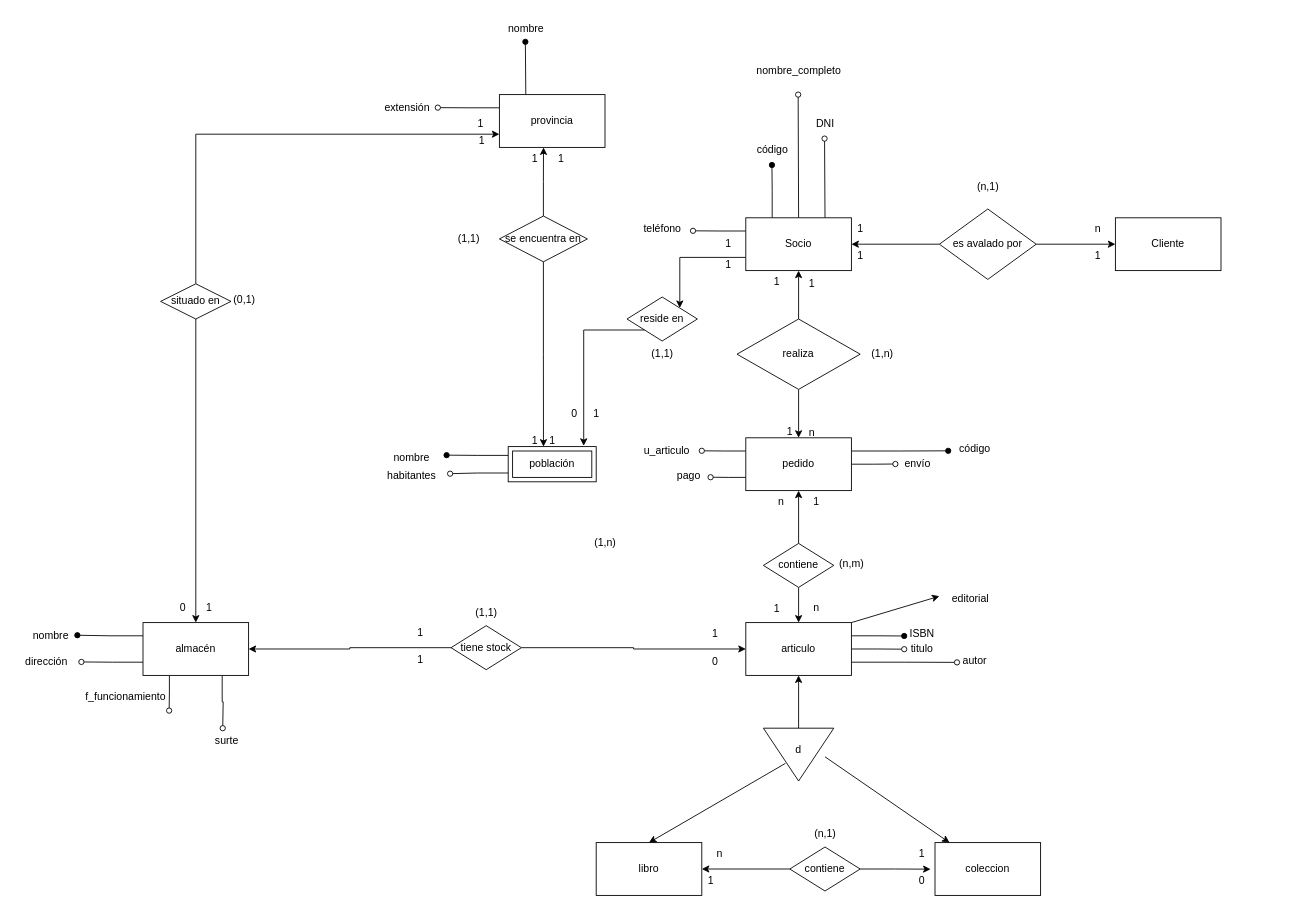
This is ejercicio4-libros.drawio from bibifupi/Abril23, a draw.io file, before an edit. Source tidied: cells renumbered, new cells numbered last; positions are measured from the earlier drawing's top-left corner, leaving out a move shared by most shapes. Both pictures are drawn from the tidied source at 88%, with x=0, y=0 at pixel (15, 15).
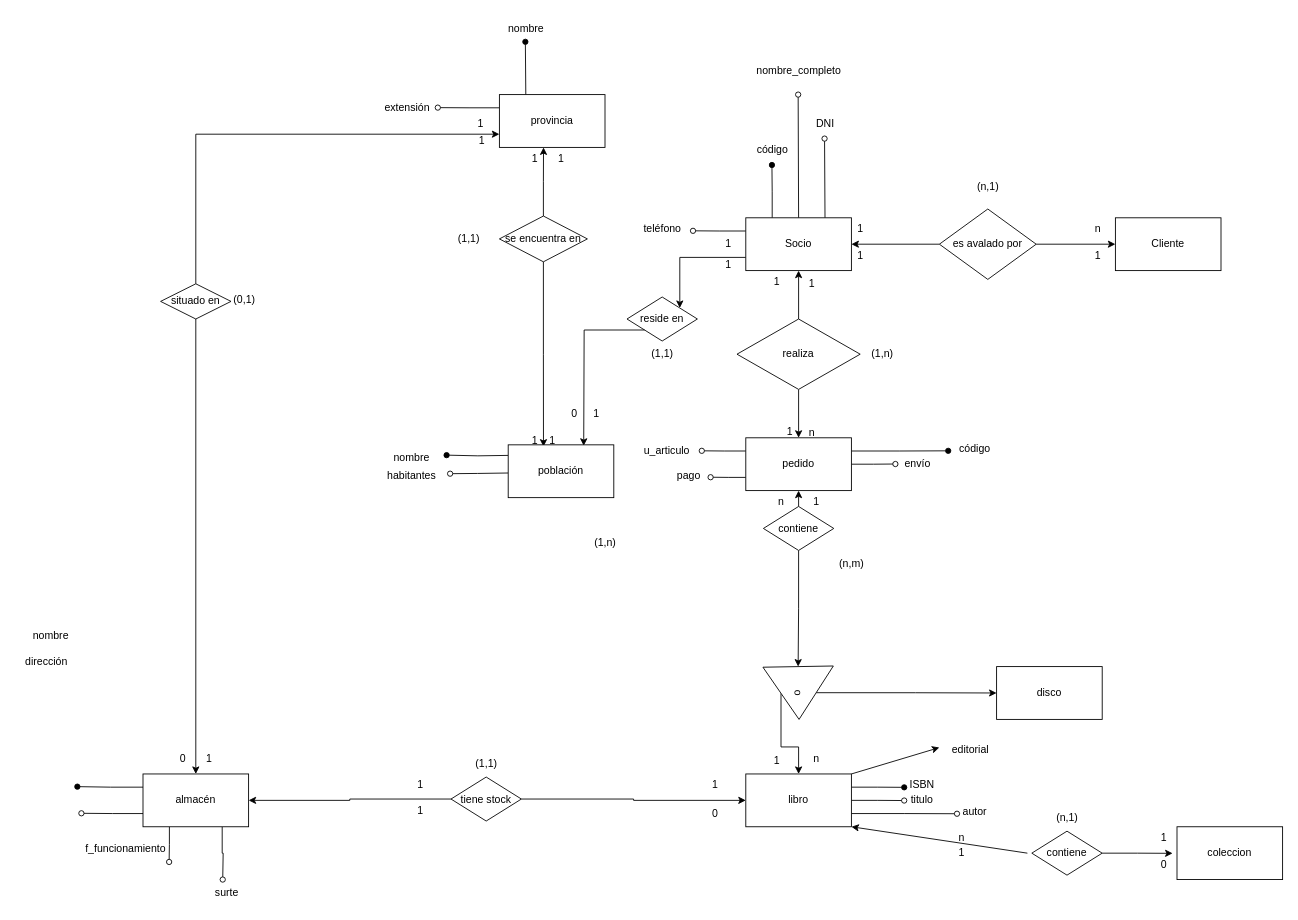
Above is the later version.

Unchanged cells that the change refers to:
```xml
<mxCell id="43" value="reside en" style="rhombus;whiteSpace=wrap;html=1;" parent="1" vertex="1">
  <mxGeometry x="695" y="320" width="80" height="50" as="geometry" />
</mxCell>
<mxCell id="50" value="se encuentra en" style="rhombus;whiteSpace=wrap;html=1;" parent="1" vertex="1">
  <mxGeometry x="550" y="228" width="100" height="52" as="geometry" />
</mxCell>
<mxCell id="78" value="habitantes" style="text;html=1;align=center;verticalAlign=middle;points=[];strokeColor=none;fillColor=none;" parent="1" vertex="1">
  <mxGeometry x="410" y="508" width="80" height="30" as="geometry" />
</mxCell>
<mxCell id="83" value="nombre" style="text;html=1;align=center;verticalAlign=middle;points=[];strokeColor=none;fillColor=none;" parent="1" vertex="1">
  <mxGeometry x="10" y="690" width="60" height="30" as="geometry" />
</mxCell>
```

What changed in the source:
```diff
@@
-    <mxCell id="16" style="edgeStyle=orthogonalEdgeStyle;rounded=0;jettySize=auto;html=1;exitX=0;exitY=0.25;exitDx=0;exitDy=0;endArrow=oval;endFill=1;" parent="1" edge="1" source="17">
+    <mxCell id="16" style="edgeStyle=orthogonalEdgeStyle;rounded=0;orthogonalLoop=1;jettySize=auto;html=1;exitX=0;exitY=0.25;exitDx=0;exitDy=0;endArrow=oval;endFill=1;" parent="1" edge="1">
       <mxGeometry relative="1" as="geometry">
+        <mxPoint x="560" y="500" as="sourcePoint" />
         <mxPoint x="490" y="499.7" as="targetPoint" />
       </mxGeometry>
     </mxCell>
-    <mxCell id="17" value="población" style="shape=ext;margin=3;double=1;whiteSpace=wrap;html=1;align=center;" parent="1" vertex="1">
-      <mxGeometry x="560" y="490" width="100" height="40" as="geometry" />
-    </mxCell>
-    <mxCell id="18" style="edgeStyle=orthogonalEdgeStyle;rounded=0;jettySize=auto;html=1;exitX=0;exitY=0.25;exitDx=0;exitDy=0;endArrow=oval;endFill=1;entryX=1.007;entryY=0.479;entryDx=0;entryDy=0;entryPerimeter=0;" parent="1" edge="1" source="22" target="83">
-      <mxGeometry relative="1" as="geometry" />
+    <mxCell id="18" style="edgeStyle=orthogonalEdgeStyle;rounded=0;jettySize=auto;html=1;exitX=0;exitY=0.25;exitDx=0;exitDy=0;endArrow=oval;endFill=1;entryX=1.007;entryY=0.479;entryDx=0;entryDy=0;entryPerimeter=0;" parent="1" edge="1" source="22">
+      <mxGeometry relative="1" as="geometry">
+        <mxPoint x="70.4" y="876.4" as="targetPoint" />
+      </mxGeometry>
     </mxCell>
     <mxCell id="19" style="edgeStyle=orthogonalEdgeStyle;rounded=0;jettySize=auto;html=1;exitX=0;exitY=0.75;exitDx=0;exitDy=0;endArrow=oval;endFill=0;" parent="1" edge="1" source="22">
       <mxGeometry relative="1" as="geometry">
-        <mxPoint x="75" y="734.7" as="targetPoint" />
+        <mxPoint x="75" y="906.7" as="targetPoint" />
       </mxGeometry>
     </mxCell>
     <mxCell id="20" style="edgeStyle=orthogonalEdgeStyle;rounded=0;jettySize=auto;html=1;exitX=0.25;exitY=1;exitDx=0;exitDy=0;endArrow=oval;endFill=0;" parent="1" edge="1" source="22">
       <mxGeometry relative="1" as="geometry">
-        <mxPoint x="174.7" y="790" as="targetPoint" />
+        <mxPoint x="174.7" y="962" as="targetPoint" />
       </mxGeometry>
     </mxCell>
     <mxCell id="21" style="edgeStyle=orthogonalEdgeStyle;rounded=0;jettySize=auto;html=1;exitX=0.75;exitY=1;exitDx=0;exitDy=0;endArrow=oval;endFill=0;" parent="1" edge="1" source="22">
       <mxGeometry relative="1" as="geometry">
-        <mxPoint x="235.6" y="810" as="targetPoint" />
+        <mxPoint x="235.6" y="982" as="targetPoint" />
       </mxGeometry>
     </mxCell>
     <mxCell id="22" value="almacén" style="rounded=0;whiteSpace=wrap;html=1;" parent="1" vertex="1">
-      <mxGeometry x="145" y="690" width="120" height="60" as="geometry" />
+      <mxGeometry x="145" y="862" width="120" height="60" as="geometry" />
     </mxCell>
     <mxCell id="23" style="edgeStyle=orthogonalEdgeStyle;rounded=0;jettySize=auto;html=1;exitX=1;exitY=0.25;exitDx=0;exitDy=0;endArrow=oval;endFill=1;" parent="1" edge="1" source="27">
       <mxGeometry relative="1" as="geometry">
-        <mxPoint x="1010" y="705.2" as="targetPoint" />
+        <mxPoint x="1010" y="877.2" as="targetPoint" />
       </mxGeometry>
     </mxCell>
     <mxCell id="24" style="edgeStyle=orthogonalEdgeStyle;rounded=0;jettySize=auto;html=1;exitX=1;exitY=0.5;exitDx=0;exitDy=0;endArrow=oval;endFill=0;" parent="1" edge="1" source="27">
       <mxGeometry relative="1" as="geometry">
-        <mxPoint x="1010" y="720.2" as="targetPoint" />
+        <mxPoint x="1010" y="892.2" as="targetPoint" />
       </mxGeometry>
     </mxCell>
     <mxCell id="25" style="edgeStyle=orthogonalEdgeStyle;rounded=0;jettySize=auto;html=1;exitX=1;exitY=0.75;exitDx=0;exitDy=0;endArrow=oval;endFill=0;" parent="1" edge="1" source="27">
       <mxGeometry relative="1" as="geometry">
-        <mxPoint x="1070" y="735.2" as="targetPoint" />
+        <mxPoint x="1070" y="907.2" as="targetPoint" />
       </mxGeometry>
     </mxCell>
     <mxCell id="26" style="rounded=0;jettySize=auto;html=1;exitX=1;exitY=0;exitDx=0;exitDy=0;" parent="1" edge="1" source="27">
       <mxGeometry relative="1" as="geometry">
-        <mxPoint x="1050" y="660" as="targetPoint" />
+        <mxPoint x="1050" y="832" as="targetPoint" />
       </mxGeometry>
     </mxCell>
-    <mxCell id="27" value="articulo" style="rounded=0;whiteSpace=wrap;html=1;" parent="1" vertex="1">
-      <mxGeometry x="830" y="690" width="120" height="60" as="geometry" />
+    <mxCell id="27" value="libro" style="rounded=0;whiteSpace=wrap;html=1;" parent="1" vertex="1">
+      <mxGeometry x="830" y="862" width="120" height="60" as="geometry" />
     </mxCell>
-    <mxCell id="28" value="libro" style="rounded=0;whiteSpace=wrap;html=1;" parent="1" vertex="1">
-      <mxGeometry x="660" y="940" width="120" height="60" as="geometry" />
-    </mxCell>
     <mxCell id="29" value="coleccion" style="rounded=0;whiteSpace=wrap;html=1;" parent="1" vertex="1">
-      <mxGeometry x="1045" y="940" width="120" height="60" as="geometry" />
+      <mxGeometry x="1320" y="922" width="120" height="60" as="geometry" />
     </mxCell>
@@
-    <mxCell id="44" style="edgeStyle=orthogonalEdgeStyle;rounded=0;jettySize=auto;html=1;exitX=0;exitY=1;exitDx=0;exitDy=0;entryX=0.858;entryY=-0.022;entryDx=0;entryDy=0;entryPerimeter=0;" parent="1" edge="1" source="43" target="17">
-      <mxGeometry relative="1" as="geometry" />
+    <mxCell id="44" style="edgeStyle=orthogonalEdgeStyle;rounded=0;jettySize=auto;html=1;exitX=0;exitY=1;exitDx=0;exitDy=0;entryX=0.858;entryY=-0.022;entryDx=0;entryDy=0;entryPerimeter=0;" parent="1" edge="1" source="43">
+      <mxGeometry relative="1" as="geometry">
+        <mxPoint x="645.8" y="489.1" as="targetPoint" />
+      </mxGeometry>
     </mxCell>
@@
-    <mxCell id="52" style="edgeStyle=orthogonalEdgeStyle;rounded=0;jettySize=auto;html=1;exitX=0.5;exitY=1;exitDx=0;exitDy=0;entryX=0.401;entryY=0.002;entryDx=0;entryDy=0;entryPerimeter=0;" parent="1" edge="1" source="50" target="17">
-      <mxGeometry relative="1" as="geometry" />
+    <mxCell id="52" style="edgeStyle=orthogonalEdgeStyle;rounded=0;jettySize=auto;html=1;exitX=0.5;exitY=1;exitDx=0;exitDy=0;entryX=0.401;entryY=0.002;entryDx=0;entryDy=0;entryPerimeter=0;" parent="1" edge="1" source="50">
+      <mxGeometry relative="1" as="geometry">
+        <mxPoint x="600.1" y="490.1" as="targetPoint" />
+      </mxGeometry>
     </mxCell>
@@
-    <mxCell id="62" style="edgeStyle=orthogonalEdgeStyle;rounded=0;jettySize=auto;html=1;exitX=0.5;exitY=1;exitDx=0;exitDy=0;entryX=0.5;entryY=0;entryDx=0;entryDy=0;" parent="1" edge="1" source="63" target="27">
+    <mxCell id="62" style="edgeStyle=orthogonalEdgeStyle;rounded=0;jettySize=auto;html=1;exitX=0.5;exitY=1;exitDx=0;exitDy=0;entryX=0.5;entryY=0;entryDx=0;entryDy=0;" parent="1" edge="1" source="124" target="27">
       <mxGeometry relative="1" as="geometry" />
     </mxCell>
+    <mxCell id="122" style="edgeStyle=orthogonalEdgeStyle;rounded=0;jettySize=auto;html=1;exitX=0.5;exitY=1;exitDx=0;exitDy=0;entryX=0;entryY=0.5;entryDx=0;entryDy=0;" parent="1" edge="1" source="63" target="124">
+      <mxGeometry relative="1" as="geometry" />
+    </mxCell>
     <mxCell id="63" value="contiene" style="rhombus;whiteSpace=wrap;html=1;" parent="1" vertex="1">
-      <mxGeometry x="850" y="600" width="80" height="50" as="geometry" />
+      <mxGeometry x="850" y="558" width="80" height="50" as="geometry" />
     </mxCell>
@@
     <mxCell id="70" value="n" style="text;html=1;align=center;verticalAlign=middle;strokeColor=none;fillColor=none;" parent="1" vertex="1">
-      <mxGeometry x="895" y="658" width="30" height="30" as="geometry" />
+      <mxGeometry x="895" y="830" width="30" height="30" as="geometry" />
     </mxCell>
     <mxCell id="71" value="1" style="text;html=1;align=center;verticalAlign=middle;strokeColor=none;fillColor=none;" parent="1" vertex="1">
-      <mxGeometry x="850" y="660" width="30" height="30" as="geometry" />
+      <mxGeometry x="850" y="832" width="30" height="30" as="geometry" />
     </mxCell>
@@
-    <mxCell id="81" style="edgeStyle=orthogonalEdgeStyle;rounded=0;jettySize=auto;html=1;exitX=0;exitY=0.75;exitDx=0;exitDy=0;entryX=1.05;entryY=0.426;entryDx=0;entryDy=0;entryPerimeter=0;endArrow=oval;endFill=0;" parent="1" edge="1" source="17" target="78">
-      <mxGeometry relative="1" as="geometry" />
+    <mxCell id="81" style="edgeStyle=orthogonalEdgeStyle;rounded=0;jettySize=auto;html=1;exitX=0;exitY=0.75;exitDx=0;exitDy=0;entryX=1.05;entryY=0.426;entryDx=0;entryDy=0;entryPerimeter=0;endArrow=oval;endFill=0;" parent="1" edge="1" target="78">
+      <mxGeometry relative="1" as="geometry">
+        <mxPoint x="560" y="520" as="sourcePoint" />
+      </mxGeometry>
     </mxCell>
@@
     <mxCell id="89" value="f_funcionamiento" style="text;html=1;align=center;verticalAlign=middle;strokeColor=none;fillColor=none;" parent="1" vertex="1">
-      <mxGeometry x="70" y="760" width="110" height="30" as="geometry" />
+      <mxGeometry x="70" y="932" width="110" height="30" as="geometry" />
     </mxCell>
@@
     <mxCell id="92" value="tiene stock" style="rhombus;whiteSpace=wrap;html=1;" parent="1" vertex="1">
-      <mxGeometry x="495" y="693.5" width="80" height="50" as="geometry" />
+      <mxGeometry x="495" y="865.5" width="80" height="50" as="geometry" />
     </mxCell>
     <mxCell id="93" value="1" style="text;html=1;align=center;verticalAlign=middle;strokeColor=none;fillColor=none;" parent="1" vertex="1">
-      <mxGeometry x="445" y="686.5" width="30" height="30" as="geometry" />
+      <mxGeometry x="445" y="858.5" width="30" height="30" as="geometry" />
     </mxCell>
     <mxCell id="94" value="1" style="text;html=1;align=center;verticalAlign=middle;strokeColor=none;fillColor=none;" parent="1" vertex="1">
-      <mxGeometry x="780" y="688" width="30" height="30" as="geometry" />
+      <mxGeometry x="780" y="860" width="30" height="30" as="geometry" />
     </mxCell>
     <mxCell id="95" value="1" style="text;html=1;align=center;verticalAlign=middle;strokeColor=none;fillColor=none;" parent="1" vertex="1">
-      <mxGeometry x="445" y="716.5" width="30" height="30" as="geometry" />
+      <mxGeometry x="445" y="888.5" width="30" height="30" as="geometry" />
     </mxCell>
     <mxCell id="96" value="0" style="text;html=1;align=center;verticalAlign=middle;strokeColor=none;fillColor=none;" parent="1" vertex="1">
-      <mxGeometry x="780" y="720" width="30" height="30" as="geometry" />
+      <mxGeometry x="780" y="892" width="30" height="30" as="geometry" />
     </mxCell>
     <mxCell id="97" value="(1,1)" style="text;html=1;align=center;verticalAlign=middle;strokeColor=none;fillColor=none;" parent="1" vertex="1">
-      <mxGeometry x="510" y="663.5" width="50" height="30" as="geometry" />
+      <mxGeometry x="510" y="835.5" width="50" height="30" as="geometry" />
     </mxCell>
     <mxCell id="98" value="1" style="text;html=1;align=center;verticalAlign=middle;strokeColor=none;fillColor=none;" parent="1" vertex="1">
-      <mxGeometry x="205" y="658" width="30" height="30" as="geometry" />
+      <mxGeometry x="205" y="830" width="30" height="30" as="geometry" />
     </mxCell>
@@
     <mxCell id="101" value="0" style="text;html=1;align=center;verticalAlign=middle;strokeColor=none;fillColor=none;" parent="1" vertex="1">
-      <mxGeometry x="175" y="658" width="30" height="30" as="geometry" />
+      <mxGeometry x="175" y="830" width="30" height="30" as="geometry" />
     </mxCell>
@@
     <mxCell id="103" value="surte" style="text;html=1;align=center;verticalAlign=middle;strokeColor=none;fillColor=none;" parent="1" vertex="1">
-      <mxGeometry x="215" y="810" width="50" height="30" as="geometry" />
+      <mxGeometry x="215" y="982" width="50" height="30" as="geometry" />
     </mxCell>
-    <mxCell id="104" style="edgeStyle=orthogonalEdgeStyle;rounded=0;jettySize=auto;html=1;exitX=0;exitY=0.5;exitDx=0;exitDy=0;entryX=0.5;entryY=1;entryDx=0;entryDy=0;" parent="1" edge="1" source="106" target="27">
-      <mxGeometry relative="1" as="geometry" />
-    </mxCell>
-    <mxCell id="105" style="group;" parent="1" vertex="1">
-      <mxGeometry x="850" y="810" width="80" height="60" as="geometry" />
-    </mxCell>
-    <mxCell id="106" style="triangle;whiteSpace=wrap;html=1;rotation=90;" parent="105" vertex="1">
-      <mxGeometry x="10" y="-10" width="60" height="80" as="geometry" />
-    </mxCell>
-    <mxCell id="107" value="d" style="text;html=1;align=center;verticalAlign=middle;whiteSpace=wrap;rounded=0;" parent="105" vertex="1">
-      <mxGeometry x="10" y="10" width="60" height="30" as="geometry" />
-    </mxCell>
-    <mxCell id="108" style="rounded=0;jettySize=auto;html=1;exitX=0.25;exitY=1;exitDx=0;exitDy=0;entryX=0.5;entryY=0;entryDx=0;entryDy=0;" parent="1" edge="1" source="107" target="28">
-      <mxGeometry relative="1" as="geometry" />
-    </mxCell>
-    <mxCell id="109" style="rounded=0;jettySize=auto;html=1;exitX=1;exitY=0.75;exitDx=0;exitDy=0;" parent="1" edge="1" source="107" target="29">
-      <mxGeometry relative="1" as="geometry" />
-    </mxCell>
     <mxCell id="110" value="ISBN" style="text;html=1;align=center;verticalAlign=middle;strokeColor=none;fillColor=none;" parent="1" vertex="1">
-      <mxGeometry x="1005" y="688" width="50" height="30" as="geometry" />
+      <mxGeometry x="1005" y="860" width="50" height="30" as="geometry" />
     </mxCell>
     <mxCell id="111" value="titulo" style="text;html=1;align=center;verticalAlign=middle;strokeColor=none;fillColor=none;" parent="1" vertex="1">
-      <mxGeometry x="1005" y="705" width="50" height="30" as="geometry" />
+      <mxGeometry x="1005" y="877" width="50" height="30" as="geometry" />
     </mxCell>
     <mxCell id="112" value="autor" style="text;html=1;align=center;verticalAlign=middle;strokeColor=none;fillColor=none;" parent="1" vertex="1">
-      <mxGeometry x="1065" y="718" width="50" height="30" as="geometry" />
+      <mxGeometry x="1065" y="890" width="50" height="30" as="geometry" />
     </mxCell>
     <mxCell id="113" value="editorial" style="text;html=1;align=center;verticalAlign=middle;strokeColor=none;fillColor=none;" parent="1" vertex="1">
-      <mxGeometry x="1050" y="648" width="70" height="30" as="geometry" />
+      <mxGeometry x="1050" y="820" width="70" height="30" as="geometry" />
     </mxCell>
     <mxCell id="114" style="edgeStyle=orthogonalEdgeStyle;rounded=0;jettySize=auto;html=1;exitX=1;exitY=0.5;exitDx=0;exitDy=0;" parent="1" edge="1" source="116">
       <mxGeometry relative="1" as="geometry">
-        <mxPoint x="1040" y="970.2" as="targetPoint" />
+        <mxPoint x="1315" y="952.2" as="targetPoint" />
       </mxGeometry>
     </mxCell>
-    <mxCell id="115" style="edgeStyle=orthogonalEdgeStyle;rounded=0;jettySize=auto;html=1;exitX=0;exitY=0.5;exitDx=0;exitDy=0;entryX=1;entryY=0.5;entryDx=0;entryDy=0;" parent="1" edge="1" source="116" target="28">
-      <mxGeometry relative="1" as="geometry" />
+    <mxCell id="115" style="rounded=0;orthogonalLoop=1;jettySize=auto;html=1;entryX=1;entryY=0.5;entryDx=0;entryDy=0;" parent="1" edge="1">
+      <mxGeometry relative="1" as="geometry">
+        <mxPoint x="1150" y="952" as="sourcePoint" />
+        <mxPoint x="950" y="922" as="targetPoint" />
+      </mxGeometry>
     </mxCell>
     <mxCell id="116" value="contiene" style="rhombus;whiteSpace=wrap;html=1;" parent="1" vertex="1">
-      <mxGeometry x="880" y="945" width="80" height="50" as="geometry" />
+      <mxGeometry x="1155" y="927" width="80" height="50" as="geometry" />
     </mxCell>
     <mxCell id="117" value="1" style="text;html=1;align=center;verticalAlign=middle;strokeColor=none;fillColor=none;" parent="1" vertex="1">
-      <mxGeometry x="1015" y="938" width="30" height="30" as="geometry" />
+      <mxGeometry x="1290" y="920" width="30" height="30" as="geometry" />
     </mxCell>
     <mxCell id="118" value="n" style="text;html=1;align=center;verticalAlign=middle;strokeColor=none;fillColor=none;" parent="1" vertex="1">
-      <mxGeometry x="785" y="938" width="30" height="30" as="geometry" />
+      <mxGeometry x="1060" y="920" width="30" height="30" as="geometry" />
     </mxCell>
     <mxCell id="119" value="1" style="text;html=1;align=center;verticalAlign=middle;strokeColor=none;fillColor=none;" parent="1" vertex="1">
-      <mxGeometry x="775" y="968" width="30" height="30" as="geometry" />
+      <mxGeometry x="1060" y="937" width="30" height="30" as="geometry" />
     </mxCell>
     <mxCell id="120" value="0" style="text;html=1;align=center;verticalAlign=middle;strokeColor=none;fillColor=none;" parent="1" vertex="1">
-      <mxGeometry x="1015" y="968" width="30" height="30" as="geometry" />
+      <mxGeometry x="1290" y="950" width="30" height="30" as="geometry" />
     </mxCell>
     <mxCell id="121" value="(n,1)" style="text;html=1;align=center;verticalAlign=middle;strokeColor=none;fillColor=none;" parent="1" vertex="1">
-      <mxGeometry x="895" y="915" width="50" height="30" as="geometry" />
+      <mxGeometry x="1170" y="897" width="50" height="30" as="geometry" />
     </mxCell>
+    <mxCell id="17" value="población" style="rounded=0;whiteSpace=wrap;html=1;" parent="1" vertex="1">
+      <mxGeometry x="560" y="488" width="120" height="60" as="geometry" />
+    </mxCell>
+    <mxCell id="123" style="edgeStyle=orthogonalEdgeStyle;rounded=0;jettySize=auto;html=1;exitX=0.5;exitY=0;exitDx=0;exitDy=0;entryX=0;entryY=0.5;entryDx=0;entryDy=0;" parent="1" edge="1" source="124" target="125">
+      <mxGeometry relative="1" as="geometry" />
+    </mxCell>
+    <mxCell id="124" value="o" style="triangle;whiteSpace=wrap;html=1;rotation=89;" parent="1" vertex="1">
+      <mxGeometry x="860" y="730" width="60" height="80" as="geometry" />
+    </mxCell>
+    <mxCell id="125" value="disco" style="rounded=0;whiteSpace=wrap;html=1;" parent="1" vertex="1">
+      <mxGeometry x="1115" y="740" width="120" height="60" as="geometry" />
+    </mxCell>
```
